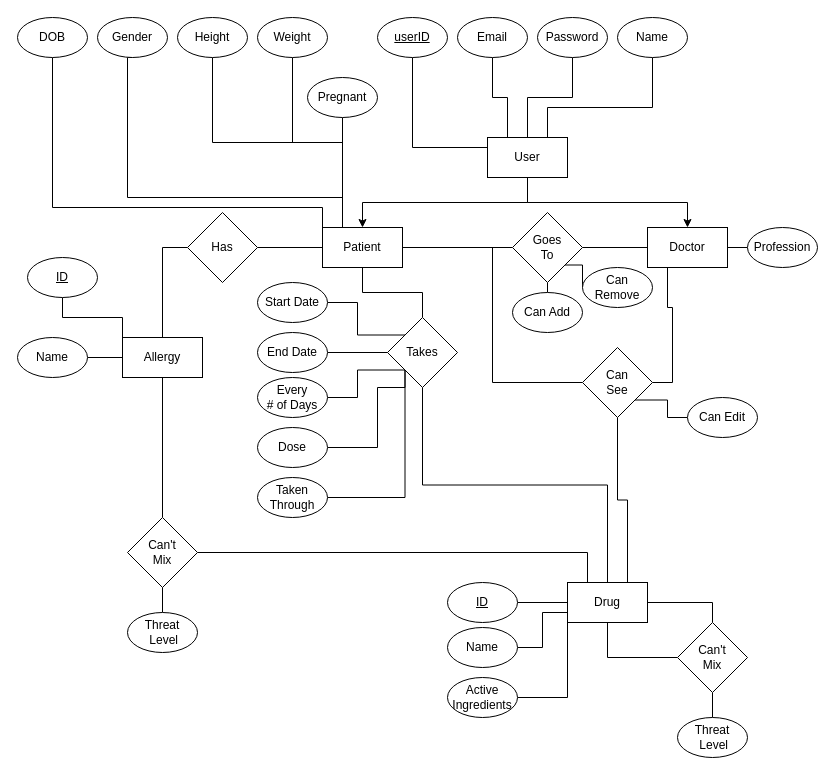
Earlier version of the draw.io diagram PillPal-ERModel.drawio (PeyPeyPG/CS-4485-Project). Source tidied: cells renumbered, new cells numbered last; positions are measured from the earlier drawing's top-left corner, leaving out a move shared by most shapes. Both pictures are drawn from the tidied source at 100%, with x=0, y=0 at pixel (17, 17).
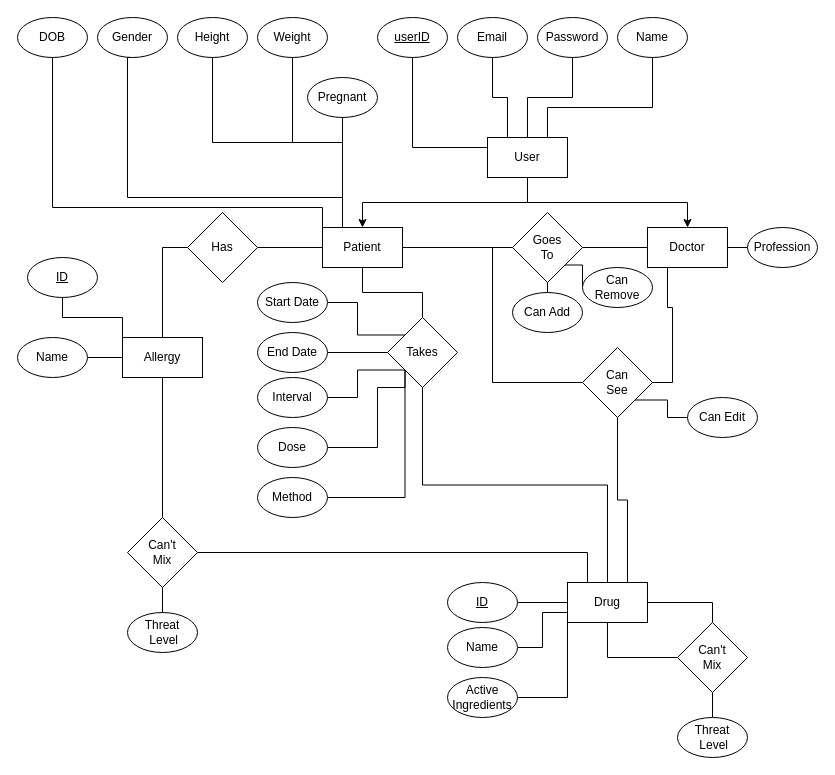
Above is the later version.

Commit message (it also covers changes not shown here):
Updated ER and Relational model for the database

Diff of the diagram source:
```diff
@@
-    <mxCell id="38" value="Every&lt;br&gt;# of Days" style="ellipse;whiteSpace=wrap;html=1;" parent="1" vertex="1">
+    <mxCell id="38" value="Interval" style="ellipse;whiteSpace=wrap;html=1;" parent="1" vertex="1">
       <mxGeometry x="240" y="360" width="70" height="40" as="geometry" />
     </mxCell>
@@
-    <mxCell id="77" value="Taken Through" style="ellipse;whiteSpace=wrap;html=1;" parent="1" vertex="1">
+    <mxCell id="77" value="Method" style="ellipse;whiteSpace=wrap;html=1;" parent="1" vertex="1">
       <mxGeometry x="240" y="460" width="70" height="40" as="geometry" />
     </mxCell>
```
